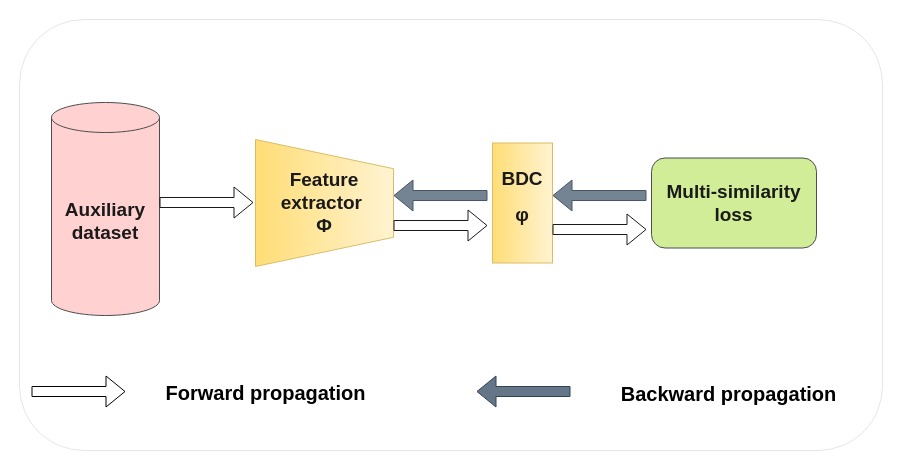
This is 预训练.drawio from lilang0710/ll, a draw.io file, before an edit. Source tidied: cells renumbered, new cells numbered last; positions are measured from the earlier drawing's top-left corner, leaving out a move shared by most shapes. Both pictures are drawn from the tidied source at 100%, with x=0, y=0 at pixel (19, 19).
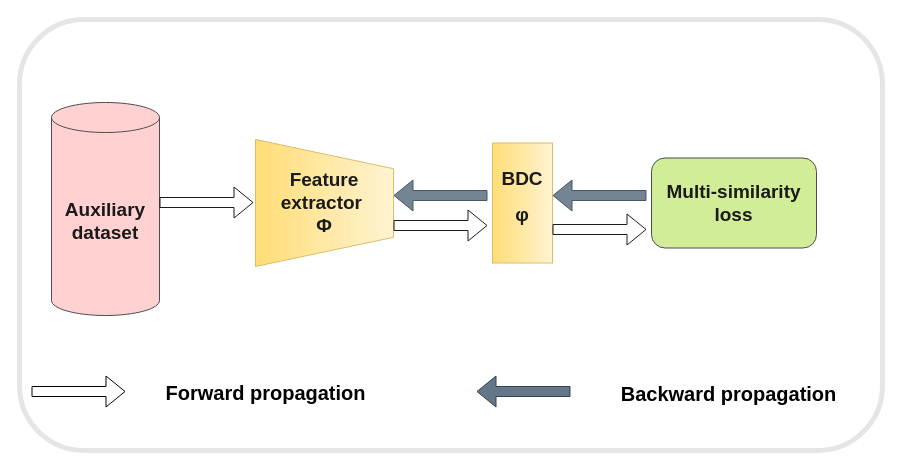
Above is the later version.

Commit message (it also covers changes not shown here):
更新预训练.drawio

The edit, as a diff of the source:
```diff
@@
-    <mxCell id="11" style="rounded=1;whiteSpace=wrap;html=1;opacity=10;" parent="1" vertex="1">
+    <mxCell id="11" style="rounded=1;whiteSpace=wrap;html=1;opacity=10;strokeWidth=5;" parent="1" vertex="1">
       <mxGeometry width="863" height="431" as="geometry" />
     </mxCell>
```
